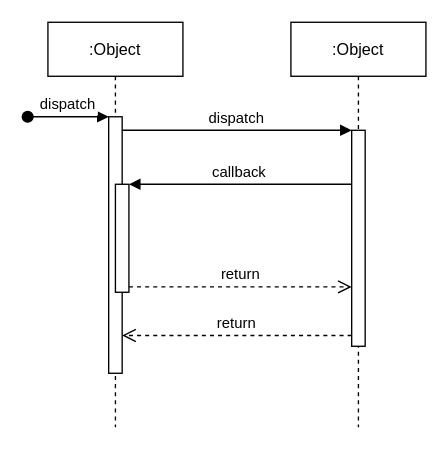
Before: 未命名绘图.drawio in leegaox/draw, a draw.io diagram. Source tidied: cells renumbered, new cells numbered last; positions are measured from the earlier drawing's top-left corner, leaving out a move shared by most shapes. Both pictures are drawn from the tidied source at 135%, with x=0, y=0 at pixel (27, 22).
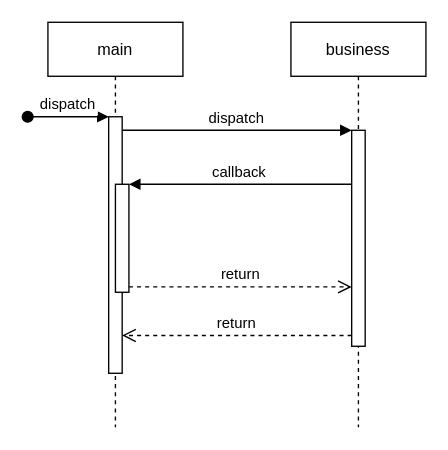
The same page after the edit.

Change to the diagram source:
```diff
@@
 <mxGraphModel>
   <root>
     <mxCell id="0" />
     <mxCell id="1" parent="0" />
-    <mxCell id="2" value=":Object" style="shape=umlLifeline;perimeter=lifelinePerimeter;rounded=0;shadow=0;strokeWidth=1;" parent="1" vertex="1">
+    <mxCell id="2" value="main" style="shape=umlLifeline;perimeter=lifelinePerimeter;rounded=0;shadow=0;strokeWidth=1;" parent="1" vertex="1">
       <mxGeometry x="15" width="100" height="300" as="geometry" />
     </mxCell>
     <mxCell id="3" style="points=[];perimeter=orthogonalPerimeter;rounded=0;shadow=0;strokeWidth=1;" parent="2" vertex="1">
       <mxGeometry x="45" y="70" width="10" height="190" as="geometry" />
     </mxCell>
     <mxCell id="4" value="dispatch" style="verticalAlign=bottom;startArrow=oval;endArrow=block;startSize=8;shadow=0;strokeWidth=1;" parent="2" edge="1" target="3">
       <mxGeometry relative="1" as="geometry">
         <mxPoint x="-15" y="70" as="sourcePoint" />
       </mxGeometry>
     </mxCell>
     <mxCell id="5" style="points=[];perimeter=orthogonalPerimeter;rounded=0;shadow=0;strokeWidth=1;" parent="2" vertex="1">
       <mxGeometry x="50" y="120" width="10" height="80" as="geometry" />
     </mxCell>
-    <mxCell id="6" value=":Object" style="shape=umlLifeline;perimeter=lifelinePerimeter;rounded=0;shadow=0;strokeWidth=1;" parent="1" vertex="1">
+    <mxCell id="6" value="business" style="shape=umlLifeline;perimeter=lifelinePerimeter;rounded=0;shadow=0;strokeWidth=1;" parent="1" vertex="1">
       <mxGeometry x="195" width="100" height="300" as="geometry" />
     </mxCell>
     <mxCell id="7" style="points=[];perimeter=orthogonalPerimeter;rounded=0;shadow=0;strokeWidth=1;" parent="6" vertex="1">
       <mxGeometry x="45" y="80" width="10" height="160" as="geometry" />
     </mxCell>
     <mxCell id="8" value="return" style="verticalAlign=bottom;endArrow=open;dashed=1;endSize=8;exitX=0;exitY=0.95;shadow=0;strokeWidth=1;" parent="1" edge="1" source="7" target="3">
       <mxGeometry relative="1" as="geometry" />
     </mxCell>
     <mxCell id="9" value="dispatch" style="verticalAlign=bottom;endArrow=block;entryX=0;entryY=0;shadow=0;strokeWidth=1;" parent="1" edge="1" source="3" target="7">
       <mxGeometry relative="1" as="geometry" />
     </mxCell>
     <mxCell id="10" value="callback" style="verticalAlign=bottom;endArrow=block;entryX=1;entryY=0;shadow=0;strokeWidth=1;" parent="1" edge="1" source="7" target="5">
       <mxGeometry relative="1" as="geometry" />
     </mxCell>
     <mxCell id="11" value="return" style="verticalAlign=bottom;endArrow=open;dashed=1;endSize=8;exitX=1;exitY=0.95;shadow=0;strokeWidth=1;" parent="1" edge="1" source="5" target="7">
       <mxGeometry relative="1" as="geometry" />
     </mxCell>
   </root>
 </mxGraphModel>
```
